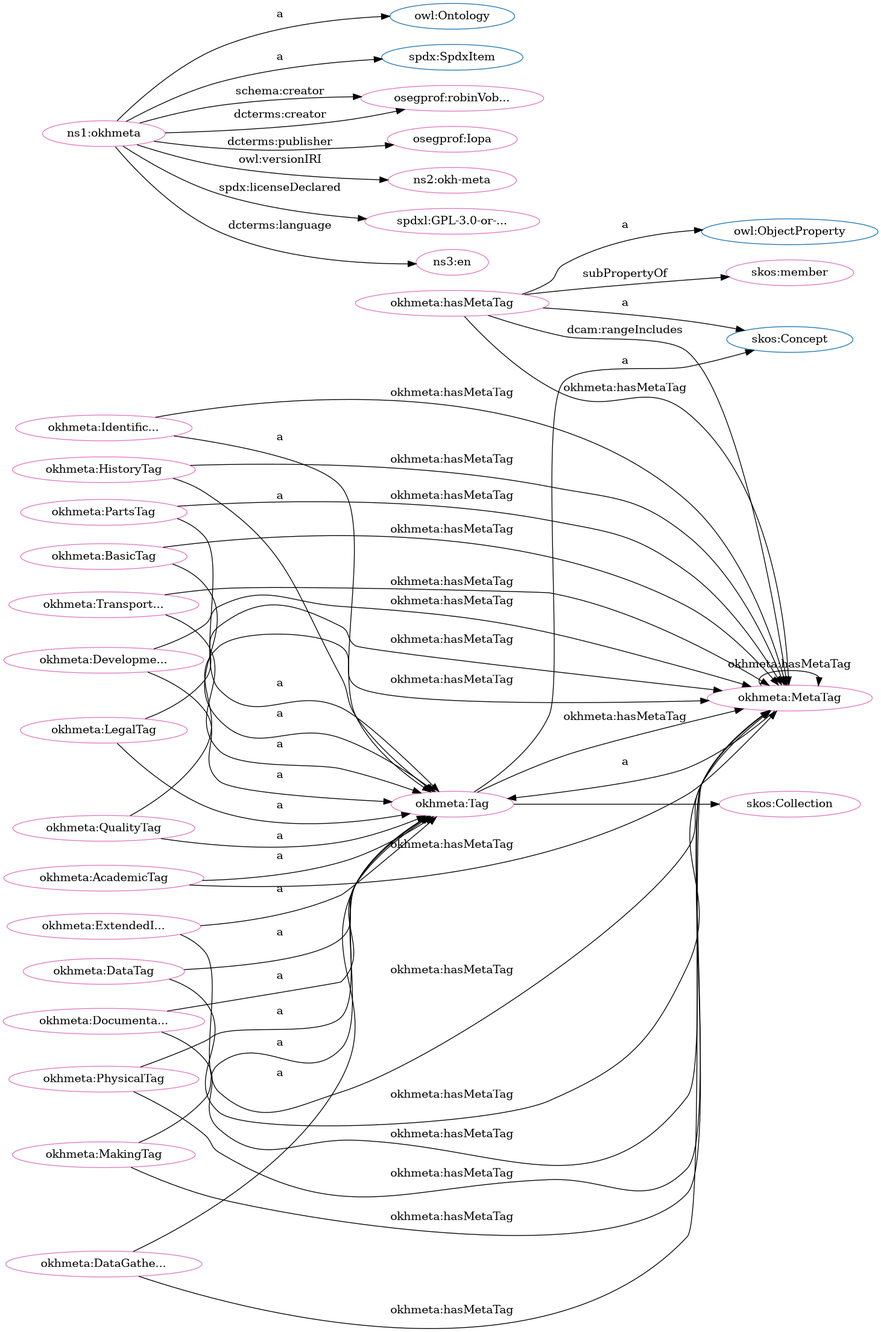
Earlier version of the Graphviz export src/spec/dot_okh-meta.png (iop-alliance/OpenKnowHow). Its source is kept beside it as src/spec/dot_okh-meta.dot.
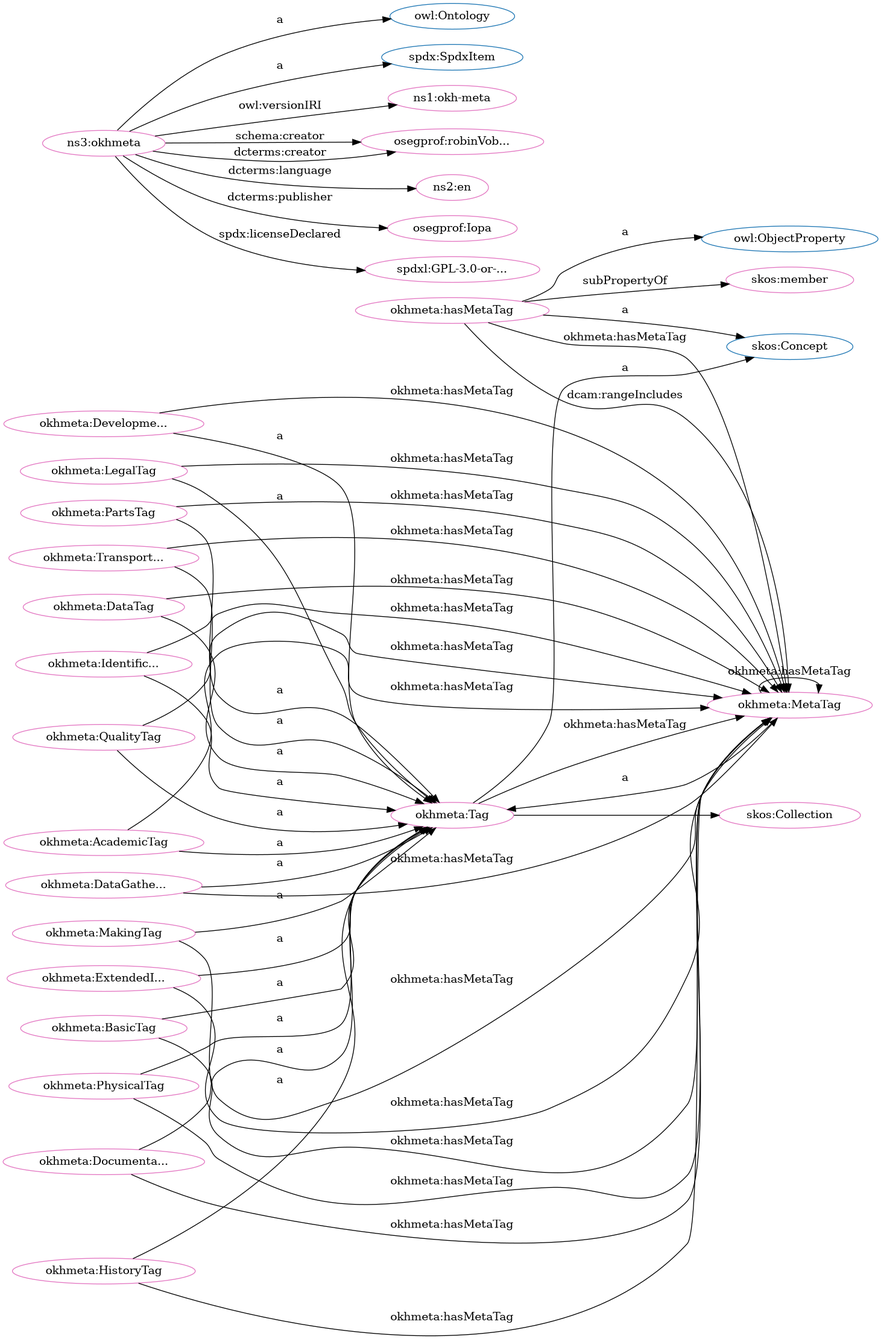
After the change.

What changed in the source:
```diff
@@ -2,83 +2,83 @@
   rankdir=BT
   node[height=.3]
 "http://www.w3.org/2004/02/skos/core#Collection" [fillcolor="#1f77b4" color="#1f77b4" label="skos:Collection"]
+"http://w3id.org/oseg/ont/okhmeta#Tag" [fillcolor="#1f77b4" color="#1f77b4" label="okhmeta:Tag"]
+"http://www.w3.org/2002/07/owl#Ontology" [fillcolor="#1f77b4" color="#1f77b4" label="owl:Ontology"]
+"http://spdx.org/rdf/terms#SpdxItem" [fillcolor="#1f77b4" color="#1f77b4" label="spdx:SpdxItem"]
+"http://www.w3.org/2004/02/skos/core#Concept" [fillcolor="#1f77b4" color="#1f77b4" label="skos:Concept"]
 "http://www.w3.org/2002/07/owl#ObjectProperty" [fillcolor="#1f77b4" color="#1f77b4" label="owl:ObjectProperty"]
-"http://www.w3.org/2004/02/skos/core#Concept" [fillcolor="#1f77b4" color="#1f77b4" label="skos:Concept"]
-"http://www.w3.org/2002/07/owl#Ontology" [fillcolor="#1f77b4" color="#1f77b4" label="owl:Ontology"]
-"http://w3id.org/oseg/ont/okhmeta#Tag" [fillcolor="#1f77b4" color="#1f77b4" label="okhmeta:Tag"]
-"http://spdx.org/rdf/terms#SpdxItem" [fillcolor="#1f77b4" color="#1f77b4" label="spdx:SpdxItem"]
+"http://w3id.org/oseg/ont/okhmeta#DataTag" [fillcolor="#e377c2" color="#e377c2" label="okhmeta:DataTag"]
+"http://w3id.org/oseg/ont/okhmeta#PhysicalTag" [fillcolor="#e377c2" color="#e377c2" label="okhmeta:PhysicalTag"]
+"http://w3id.org/oseg/ont/okhmeta#DevelopmentTag" [fillcolor="#e377c2" color="#e377c2" label="okhmeta:Developme..."]
 "http://w3id.org/oseg/ont/okhmeta#MetaTag" [fillcolor="#e377c2" color="#e377c2" label="okhmeta:MetaTag"]
-"http://w3id.org/oseg/ont/okhmeta#TransportationTag" [fillcolor="#e377c2" color="#e377c2" label="okhmeta:Transport..."]
-"http://w3id.org/oseg/ont/okhmeta#PhysicalTag" [fillcolor="#e377c2" color="#e377c2" label="okhmeta:PhysicalTag"]
-"http://w3id.org/oseg/ont/okhmeta#IdentificationTag" [fillcolor="#e377c2" color="#e377c2" label="okhmeta:Identific..."]
-"http://w3id.org/oseg/ont/okhmeta#ExtendedInfoTag" [fillcolor="#e377c2" color="#e377c2" label="okhmeta:ExtendedI..."]
-"http://w3id.org/oseg/ont/okhmeta" [fillcolor="#e377c2" color="#e377c2" label="ns1:okhmeta"]
+"http://w3id.org/oseg/ont/1.1.0/okh-meta" [fillcolor="#e377c2" color="#e377c2" label="ns1:okh-meta"]
+"http://www.w3.org/2004/02/skos/core#member" [fillcolor="#e377c2" color="#e377c2" label="skos:member"]
 "http://w3id.org/oseg/ont/oseg-profiles#robinVobruba" [fillcolor="#e377c2" color="#e377c2" label="osegprof:robinVob..."]
-"http://www.w3.org/2004/02/skos/core#member" [fillcolor="#e377c2" color="#e377c2" label="skos:member"]
-"http://w3id.org/oseg/ont/okhmeta#hasMetaTag" [fillcolor="#e377c2" color="#e377c2" label="okhmeta:hasMetaTag"]
-"http://w3id.org/oseg/ont/oseg-profiles#Iopa" [fillcolor="#e377c2" color="#e377c2" label="osegprof:Iopa"]
-"http://w3id.org/oseg/ont/okhmeta#DocumentationTag" [fillcolor="#e377c2" color="#e377c2" label="okhmeta:Documenta..."]
-"http://w3id.org/oseg/ont/okhmeta#HistoryTag" [fillcolor="#e377c2" color="#e377c2" label="okhmeta:HistoryTag"]
-"http://w3id.org/oseg/ont/1.1.0/okh-meta" [fillcolor="#e377c2" color="#e377c2" label="ns2:okh-meta"]
-"http://w3id.org/oseg/ont/okhmeta#PartsTag" [fillcolor="#e377c2" color="#e377c2" label="okhmeta:PartsTag"]
 "http://w3id.org/oseg/ont/okhmeta#Tag" [fillcolor="#e377c2" color="#e377c2" label="okhmeta:Tag"]
-"http://w3id.org/oseg/ont/okhmeta#AcademicTag" [fillcolor="#e377c2" color="#e377c2" label="okhmeta:AcademicTag"]
-"http://w3id.org/oseg/ont/okhmeta#DataGatheringTag" [fillcolor="#e377c2" color="#e377c2" label="okhmeta:DataGathe..."]
-"http://w3id.org/oseg/ont/okhmeta#LegalTag" [fillcolor="#e377c2" color="#e377c2" label="okhmeta:LegalTag"]
 "http://w3id.org/oseg/ont/okhmeta#MakingTag" [fillcolor="#e377c2" color="#e377c2" label="okhmeta:MakingTag"]
-"http://w3id.org/oseg/ont/okhmeta#QualityTag" [fillcolor="#e377c2" color="#e377c2" label="okhmeta:QualityTag"]
-"http://spdx.org/licenses/GPL-3.0-or-later" [fillcolor="#e377c2" color="#e377c2" label="spdxl:GPL-3.0-or-..."]
-"http://w3id.org/oseg/ont/okhmeta#DataTag" [fillcolor="#e377c2" color="#e377c2" label="okhmeta:DataTag"]
-"http://w3id.org/oseg/ont/okhmeta#DevelopmentTag" [fillcolor="#e377c2" color="#e377c2" label="okhmeta:Developme..."]
-"http://id.loc.gov/vocabulary/iso639-1/en" [fillcolor="#e377c2" color="#e377c2" label="ns3:en"]
+"http://id.loc.gov/vocabulary/iso639-1/en" [fillcolor="#e377c2" color="#e377c2" label="ns2:en"]
 "http://w3id.org/oseg/ont/okhmeta#BasicTag" [fillcolor="#e377c2" color="#e377c2" label="okhmeta:BasicTag"]
 "http://www.w3.org/2004/02/skos/core#Collection" [fillcolor="#e377c2" color="#e377c2" label="skos:Collection"]
+"http://w3id.org/oseg/ont/okhmeta" [fillcolor="#e377c2" color="#e377c2" label="ns3:okhmeta"]
+"http://w3id.org/oseg/ont/oseg-profiles#Iopa" [fillcolor="#e377c2" color="#e377c2" label="osegprof:Iopa"]
+"http://w3id.org/oseg/ont/okhmeta#LegalTag" [fillcolor="#e377c2" color="#e377c2" label="okhmeta:LegalTag"]
+"http://w3id.org/oseg/ont/okhmeta#PartsTag" [fillcolor="#e377c2" color="#e377c2" label="okhmeta:PartsTag"]
+"http://spdx.org/licenses/GPL-3.0-or-later" [fillcolor="#e377c2" color="#e377c2" label="spdxl:GPL-3.0-or-..."]
+"http://w3id.org/oseg/ont/okhmeta#DataGatheringTag" [fillcolor="#e377c2" color="#e377c2" label="okhmeta:DataGathe..."]
+"http://w3id.org/oseg/ont/okhmeta#hasMetaTag" [fillcolor="#e377c2" color="#e377c2" label="okhmeta:hasMetaTag"]
+"http://w3id.org/oseg/ont/okhmeta#HistoryTag" [fillcolor="#e377c2" color="#e377c2" label="okhmeta:HistoryTag"]
+"http://w3id.org/oseg/ont/okhmeta#QualityTag" [fillcolor="#e377c2" color="#e377c2" label="okhmeta:QualityTag"]
+"http://w3id.org/oseg/ont/okhmeta#DocumentationTag" [fillcolor="#e377c2" color="#e377c2" label="okhmeta:Documenta..."]
+"http://w3id.org/oseg/ont/okhmeta#AcademicTag" [fillcolor="#e377c2" color="#e377c2" label="okhmeta:AcademicTag"]
+"http://w3id.org/oseg/ont/okhmeta#ExtendedInfoTag" [fillcolor="#e377c2" color="#e377c2" label="okhmeta:ExtendedI..."]
+"http://w3id.org/oseg/ont/okhmeta#IdentificationTag" [fillcolor="#e377c2" color="#e377c2" label="okhmeta:Identific..."]
+"http://w3id.org/oseg/ont/okhmeta#TransportationTag" [fillcolor="#e377c2" color="#e377c2" label="okhmeta:Transport..."]
+  "http://w3id.org/oseg/ont/okhmeta#DataTag" -> "http://w3id.org/oseg/ont/okhmeta#Tag" [label="a"]
+  "http://w3id.org/oseg/ont/okhmeta#PhysicalTag" -> "http://w3id.org/oseg/ont/okhmeta#Tag" [label="a"]
+  "http://w3id.org/oseg/ont/okhmeta#Tag" -> "http://w3id.org/oseg/ont/okhmeta#MetaTag" [label="okhmeta:hasMetaTag"]
+  "http://w3id.org/oseg/ont/okhmeta#PartsTag" -> "http://w3id.org/oseg/ont/okhmeta#MetaTag" [label="okhmeta:hasMetaTag"]
+  "http://w3id.org/oseg/ont/okhmeta" -> "http://w3id.org/oseg/ont/1.1.0/okh-meta" [label="owl:versionIRI"]
+  "http://w3id.org/oseg/ont/okhmeta#hasMetaTag" -> "http://www.w3.org/2004/02/skos/core#member" [label="subPropertyOf"]
+  "http://w3id.org/oseg/ont/okhmeta#Tag" -> "http://www.w3.org/2004/02/skos/core#Concept" [label="a"]
+  "http://w3id.org/oseg/ont/okhmeta#hasMetaTag" -> "http://w3id.org/oseg/ont/okhmeta#MetaTag" [label="okhmeta:hasMetaTag"]
+  "http://w3id.org/oseg/ont/okhmeta#Tag" -> "http://www.w3.org/2004/02/skos/core#Collection" [label=""]
+  "http://w3id.org/oseg/ont/okhmeta" -> "http://spdx.org/rdf/terms#SpdxItem" [label="a"]
+  "http://w3id.org/oseg/ont/okhmeta" -> "http://w3id.org/oseg/ont/oseg-profiles#Iopa" [label="dcterms:publisher"]
   "http://w3id.org/oseg/ont/okhmeta#hasMetaTag" -> "http://w3id.org/oseg/ont/okhmeta#MetaTag" [label="dcam:rangeIncludes"]
+  "http://w3id.org/oseg/ont/okhmeta#MetaTag" -> "http://w3id.org/oseg/ont/okhmeta#MetaTag" [label="okhmeta:hasMetaTag"]
+  "http://w3id.org/oseg/ont/okhmeta#DataGatheringTag" -> "http://w3id.org/oseg/ont/okhmeta#Tag" [label="a"]
+  "http://w3id.org/oseg/ont/okhmeta#IdentificationTag" -> "http://w3id.org/oseg/ont/okhmeta#MetaTag" [label="okhmeta:hasMetaTag"]
+  "http://w3id.org/oseg/ont/okhmeta#BasicTag" -> "http://w3id.org/oseg/ont/okhmeta#MetaTag" [label="okhmeta:hasMetaTag"]
+  "http://w3id.org/oseg/ont/okhmeta#LegalTag" -> "http://w3id.org/oseg/ont/okhmeta#MetaTag" [label="okhmeta:hasMetaTag"]
+  "http://w3id.org/oseg/ont/okhmeta#DataTag" -> "http://w3id.org/oseg/ont/okhmeta#MetaTag" [label="okhmeta:hasMetaTag"]
+  "http://w3id.org/oseg/ont/okhmeta#ExtendedInfoTag" -> "http://w3id.org/oseg/ont/okhmeta#Tag" [label="a"]
+  "http://w3id.org/oseg/ont/okhmeta#DataGatheringTag" -> "http://w3id.org/oseg/ont/okhmeta#MetaTag" [label="okhmeta:hasMetaTag"]
+  "http://w3id.org/oseg/ont/okhmeta#QualityTag" -> "http://w3id.org/oseg/ont/okhmeta#MetaTag" [label="okhmeta:hasMetaTag"]
+  "http://w3id.org/oseg/ont/okhmeta#DocumentationTag" -> "http://w3id.org/oseg/ont/okhmeta#MetaTag" [label="okhmeta:hasMetaTag"]
+  "http://w3id.org/oseg/ont/okhmeta#HistoryTag" -> "http://w3id.org/oseg/ont/okhmeta#MetaTag" [label="okhmeta:hasMetaTag"]
+  "http://w3id.org/oseg/ont/okhmeta#hasMetaTag" -> "http://www.w3.org/2004/02/skos/core#Concept" [label="a"]
+  "http://w3id.org/oseg/ont/okhmeta#TransportationTag" -> "http://w3id.org/oseg/ont/okhmeta#Tag" [label="a"]
+  "http://w3id.org/oseg/ont/okhmeta#DevelopmentTag" -> "http://w3id.org/oseg/ont/okhmeta#Tag" [label="a"]
+  "http://w3id.org/oseg/ont/okhmeta" -> "http://w3id.org/oseg/ont/oseg-profiles#robinVobruba" [label="schema:creator"]
+  "http://w3id.org/oseg/ont/okhmeta#PhysicalTag" -> "http://w3id.org/oseg/ont/okhmeta#MetaTag" [label="okhmeta:hasMetaTag"]
+  "http://w3id.org/oseg/ont/okhmeta#MakingTag" -> "http://w3id.org/oseg/ont/okhmeta#Tag" [label="a"]
+  "http://w3id.org/oseg/ont/okhmeta" -> "http://id.loc.gov/vocabulary/iso639-1/en" [label="dcterms:language"]
+  "http://w3id.org/oseg/ont/okhmeta" -> "http://w3id.org/oseg/ont/oseg-profiles#robinVobruba" [label="dcterms:creator"]
+  "http://w3id.org/oseg/ont/okhmeta#BasicTag" -> "http://w3id.org/oseg/ont/okhmeta#Tag" [label="a"]
+  "http://w3id.org/oseg/ont/okhmeta#LegalTag" -> "http://w3id.org/oseg/ont/okhmeta#Tag" [label="a"]
+  "http://w3id.org/oseg/ont/okhmeta#AcademicTag" -> "http://w3id.org/oseg/ont/okhmeta#MetaTag" [label="okhmeta:hasMetaTag"]
+  "http://w3id.org/oseg/ont/okhmeta#PartsTag" -> "http://w3id.org/oseg/ont/okhmeta#Tag" [label="a"]
+  "http://w3id.org/oseg/ont/okhmeta" -> "http://spdx.org/licenses/GPL-3.0-or-later" [label="spdx:licenseDeclared"]
+  "http://w3id.org/oseg/ont/okhmeta#MakingTag" -> "http://w3id.org/oseg/ont/okhmeta#MetaTag" [label="okhmeta:hasMetaTag"]
+  "http://w3id.org/oseg/ont/okhmeta#hasMetaTag" -> "http://www.w3.org/2002/07/owl#ObjectProperty" [label="a"]
+  "http://w3id.org/oseg/ont/okhmeta#HistoryTag" -> "http://w3id.org/oseg/ont/okhmeta#Tag" [label="a"]
+  "http://w3id.org/oseg/ont/okhmeta#QualityTag" -> "http://w3id.org/oseg/ont/okhmeta#Tag" [label="a"]
+  "http://w3id.org/oseg/ont/okhmeta#DocumentationTag" -> "http://w3id.org/oseg/ont/okhmeta#Tag" [label="a"]
   "http://w3id.org/oseg/ont/okhmeta#TransportationTag" -> "http://w3id.org/oseg/ont/okhmeta#MetaTag" [label="okhmeta:hasMetaTag"]
+  "http://w3id.org/oseg/ont/okhmeta#AcademicTag" -> "http://w3id.org/oseg/ont/okhmeta#Tag" [label="a"]
+  "http://w3id.org/oseg/ont/okhmeta" -> "http://www.w3.org/2002/07/owl#Ontology" [label="a"]
+  "http://w3id.org/oseg/ont/okhmeta#DevelopmentTag" -> "http://w3id.org/oseg/ont/okhmeta#MetaTag" [label="okhmeta:hasMetaTag"]
+  "http://w3id.org/oseg/ont/okhmeta#MetaTag" -> "http://w3id.org/oseg/ont/okhmeta#Tag" [label="a"]
+  "http://w3id.org/oseg/ont/okhmeta#ExtendedInfoTag" -> "http://w3id.org/oseg/ont/okhmeta#MetaTag" [label="okhmeta:hasMetaTag"]
   "http://w3id.org/oseg/ont/okhmeta#IdentificationTag" -> "http://w3id.org/oseg/ont/okhmeta#Tag" [label="a"]
-  "http://w3id.org/oseg/ont/okhmeta#PhysicalTag" -> "http://w3id.org/oseg/ont/okhmeta#MetaTag" [label="okhmeta:hasMetaTag"]
-  "http://w3id.org/oseg/ont/okhmeta#DocumentationTag" -> "http://w3id.org/oseg/ont/okhmeta#MetaTag" [label="okhmeta:hasMetaTag"]
-  "http://w3id.org/oseg/ont/okhmeta" -> "http://spdx.org/rdf/terms#SpdxItem" [label="a"]
-  "http://w3id.org/oseg/ont/okhmeta#LegalTag" -> "http://w3id.org/oseg/ont/okhmeta#MetaTag" [label="okhmeta:hasMetaTag"]
-  "http://w3id.org/oseg/ont/okhmeta#hasMetaTag" -> "http://www.w3.org/2004/02/skos/core#Concept" [label="a"]
-  "http://w3id.org/oseg/ont/okhmeta#MakingTag" -> "http://w3id.org/oseg/ont/okhmeta#MetaTag" [label="okhmeta:hasMetaTag"]
-  "http://w3id.org/oseg/ont/okhmeta" -> "http://w3id.org/oseg/ont/oseg-profiles#Iopa" [label="dcterms:publisher"]
-  "http://w3id.org/oseg/ont/okhmeta#DocumentationTag" -> "http://w3id.org/oseg/ont/okhmeta#Tag" [label="a"]
-  "http://w3id.org/oseg/ont/okhmeta#MetaTag" -> "http://w3id.org/oseg/ont/okhmeta#MetaTag" [label="okhmeta:hasMetaTag"]
-  "http://w3id.org/oseg/ont/okhmeta#DataTag" -> "http://w3id.org/oseg/ont/okhmeta#MetaTag" [label="okhmeta:hasMetaTag"]
-  "http://w3id.org/oseg/ont/okhmeta#BasicTag" -> "http://w3id.org/oseg/ont/okhmeta#MetaTag" [label="okhmeta:hasMetaTag"]
-  "http://w3id.org/oseg/ont/okhmeta#AcademicTag" -> "http://w3id.org/oseg/ont/okhmeta#Tag" [label="a"]
-  "http://w3id.org/oseg/ont/okhmeta#DataGatheringTag" -> "http://w3id.org/oseg/ont/okhmeta#Tag" [label="a"]
-  "http://w3id.org/oseg/ont/okhmeta" -> "http://spdx.org/licenses/GPL-3.0-or-later" [label="spdx:licenseDeclared"]
-  "http://w3id.org/oseg/ont/okhmeta#DataTag" -> "http://w3id.org/oseg/ont/okhmeta#Tag" [label="a"]
-  "http://w3id.org/oseg/ont/okhmeta#DevelopmentTag" -> "http://w3id.org/oseg/ont/okhmeta#Tag" [label="a"]
-  "http://w3id.org/oseg/ont/okhmeta" -> "http://id.loc.gov/vocabulary/iso639-1/en" [label="dcterms:language"]
-  "http://w3id.org/oseg/ont/okhmeta" -> "http://www.w3.org/2002/07/owl#Ontology" [label="a"]
-  "http://w3id.org/oseg/ont/okhmeta#TransportationTag" -> "http://w3id.org/oseg/ont/okhmeta#Tag" [label="a"]
-  "http://w3id.org/oseg/ont/okhmeta#hasMetaTag" -> "http://w3id.org/oseg/ont/okhmeta#MetaTag" [label="okhmeta:hasMetaTag"]
-  "http://w3id.org/oseg/ont/okhmeta#PhysicalTag" -> "http://w3id.org/oseg/ont/okhmeta#Tag" [label="a"]
-  "http://w3id.org/oseg/ont/okhmeta#ExtendedInfoTag" -> "http://w3id.org/oseg/ont/okhmeta#Tag" [label="a"]
-  "http://w3id.org/oseg/ont/okhmeta#HistoryTag" -> "http://w3id.org/oseg/ont/okhmeta#MetaTag" [label="okhmeta:hasMetaTag"]
-  "http://w3id.org/oseg/ont/okhmeta" -> "http://w3id.org/oseg/ont/oseg-profiles#robinVobruba" [label="schema:creator"]
-  "http://w3id.org/oseg/ont/okhmeta#MetaTag" -> "http://w3id.org/oseg/ont/okhmeta#Tag" [label="a"]
-  "http://w3id.org/oseg/ont/okhmeta#hasMetaTag" -> "http://www.w3.org/2004/02/skos/core#member" [label="subPropertyOf"]
-  "http://w3id.org/oseg/ont/okhmeta#DataGatheringTag" -> "http://w3id.org/oseg/ont/okhmeta#MetaTag" [label="okhmeta:hasMetaTag"]
-  "http://w3id.org/oseg/ont/okhmeta#PartsTag" -> "http://w3id.org/oseg/ont/okhmeta#MetaTag" [label="okhmeta:hasMetaTag"]
-  "http://w3id.org/oseg/ont/okhmeta#HistoryTag" -> "http://w3id.org/oseg/ont/okhmeta#Tag" [label="a"]
-  "http://w3id.org/oseg/ont/okhmeta" -> "http://w3id.org/oseg/ont/1.1.0/okh-meta" [label="owl:versionIRI"]
-  "http://w3id.org/oseg/ont/okhmeta#QualityTag" -> "http://w3id.org/oseg/ont/okhmeta#MetaTag" [label="okhmeta:hasMetaTag"]
-  "http://w3id.org/oseg/ont/okhmeta#hasMetaTag" -> "http://www.w3.org/2002/07/owl#ObjectProperty" [label="a"]
-  "http://w3id.org/oseg/ont/okhmeta#DevelopmentTag" -> "http://w3id.org/oseg/ont/okhmeta#MetaTag" [label="okhmeta:hasMetaTag"]
-  "http://w3id.org/oseg/ont/okhmeta#PartsTag" -> "http://w3id.org/oseg/ont/okhmeta#Tag" [label="a"]
-  "http://w3id.org/oseg/ont/okhmeta#Tag" -> "http://www.w3.org/2004/02/skos/core#Concept" [label="a"]
-  "http://w3id.org/oseg/ont/okhmeta" -> "http://w3id.org/oseg/ont/oseg-profiles#robinVobruba" [label="dcterms:creator"]
-  "http://w3id.org/oseg/ont/okhmeta#LegalTag" -> "http://w3id.org/oseg/ont/okhmeta#Tag" [label="a"]
-  "http://w3id.org/oseg/ont/okhmeta#MakingTag" -> "http://w3id.org/oseg/ont/okhmeta#Tag" [label="a"]
-  "http://w3id.org/oseg/ont/okhmeta#QualityTag" -> "http://w3id.org/oseg/ont/okhmeta#Tag" [label="a"]
-  "http://w3id.org/oseg/ont/okhmeta#Tag" -> "http://w3id.org/oseg/ont/okhmeta#MetaTag" [label="okhmeta:hasMetaTag"]
-  "http://w3id.org/oseg/ont/okhmeta#ExtendedInfoTag" -> "http://w3id.org/oseg/ont/okhmeta#MetaTag" [label="okhmeta:hasMetaTag"]
-  "http://w3id.org/oseg/ont/okhmeta#AcademicTag" -> "http://w3id.org/oseg/ont/okhmeta#MetaTag" [label="okhmeta:hasMetaTag"]
-  "http://w3id.org/oseg/ont/okhmeta#IdentificationTag" -> "http://w3id.org/oseg/ont/okhmeta#MetaTag" [label="okhmeta:hasMetaTag"]
-  "http://w3id.org/oseg/ont/okhmeta#BasicTag" -> "http://w3id.org/oseg/ont/okhmeta#Tag" [label="a"]
-  "http://w3id.org/oseg/ont/okhmeta#Tag" -> "http://www.w3.org/2004/02/skos/core#Collection" [label=""]
 }
```
